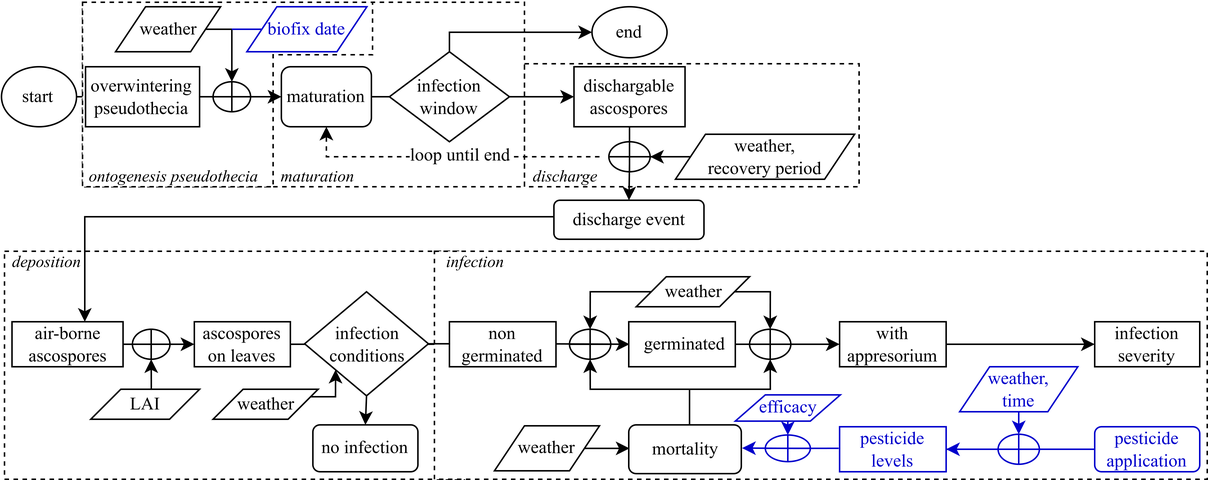
Above: doc/images/A-scab-flow-diagram.png in WUR-AI/A-scab (draw.io), before the change. Source tidied: cells renumbered, new cells last; positions are measured from the earlier drawing's top-left corner, leaving out a move shared by most shapes.
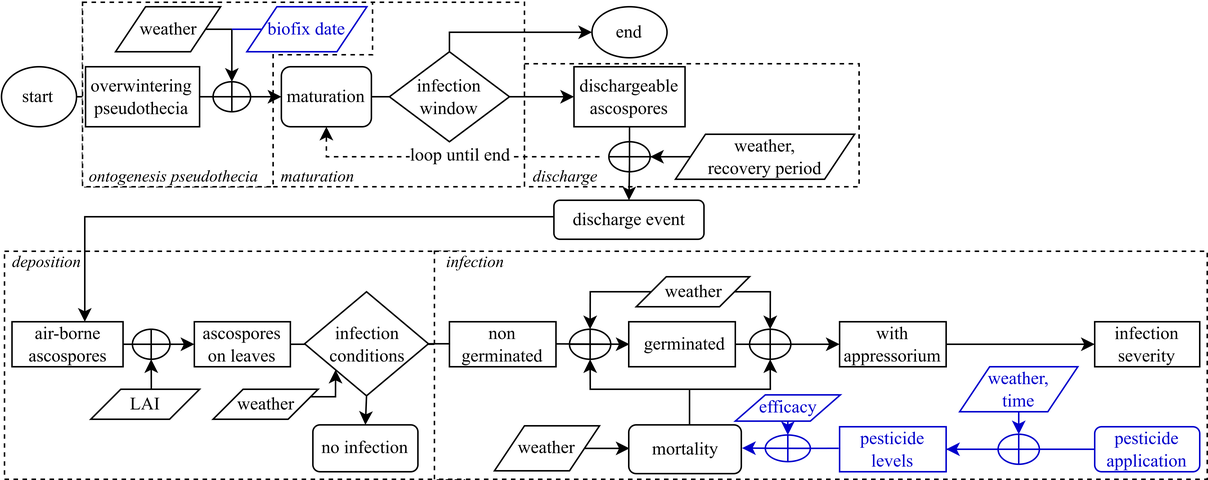
The same diagram one commit later.

Commit message:
update flow diagram

What changed in the source:
```diff
@@ -92,7 +92,7 @@
     <mxCell id="25" style="edgeStyle=orthogonalEdgeStyle;rounded=0;jettySize=auto;html=1;exitX=0.5;exitY=1;exitDx=0;exitDy=0;entryX=0.5;entryY=0;entryDx=0;entryDy=0;" parent="1" edge="1" source="26" target="5">
       <mxGeometry relative="1" as="geometry" />
     </mxCell>
-    <mxCell id="26" value="&lt;font face=&quot;Times New Roman&quot;&gt;dischargable ascospores&lt;/font&gt;" style="rounded=0;whiteSpace=wrap;html=1;fontSize=12;glass=0;strokeWidth=1;shadow=0;" parent="1" vertex="1">
+    <mxCell id="26" value="&lt;font face=&quot;Times New Roman&quot;&gt;dischargeable ascospores&lt;/font&gt;" style="rounded=0;whiteSpace=wrap;html=1;fontSize=12;glass=0;strokeWidth=1;shadow=0;" parent="1" vertex="1">
       <mxGeometry x="381" y="43" width="74" height="40" as="geometry" />
     </mxCell>
     <mxCell id="27" value="&lt;div&gt;&lt;font face=&quot;Times New Roman&quot;&gt;infection conditions&lt;/font&gt;&lt;/div&gt;" style="rhombus;whiteSpace=wrap;html=1;" parent="1" vertex="1">
@@ -206,7 +206,7 @@
     <mxCell id="55" value="&lt;font style=&quot;color: rgb(0, 0, 204);&quot; face=&quot;Times New Roman&quot;&gt;efficacy&lt;/font&gt;" style="shape=parallelogram;perimeter=parallelogramPerimeter;whiteSpace=wrap;html=1;fixedSize=1;strokeColor=#0000CC;" parent="1" vertex="1">
       <mxGeometry x="488.5" y="261.8" width="70" height="17.5" as="geometry" />
     </mxCell>
-    <mxCell id="56" value="&lt;font face=&quot;Times New Roman&quot;&gt;with appresorium&lt;/font&gt;" style="whiteSpace=wrap;html=1;strokeColor=#000000;" parent="1" vertex="1">
+    <mxCell id="56" value="&lt;font face=&quot;Times New Roman&quot;&gt;with appressorium&lt;/font&gt;" style="whiteSpace=wrap;html=1;strokeColor=#000000;" parent="1" vertex="1">
       <mxGeometry x="558" y="213" width="71" height="30" as="geometry" />
     </mxCell>
     <mxCell id="57" value="&lt;font style=&quot;color: rgb(0, 0, 204);&quot; face=&quot;Times New Roman&quot;&gt;pesticide application&lt;/font&gt;" style="rounded=1;whiteSpace=wrap;html=1;fontSize=12;glass=0;strokeWidth=1;shadow=0;strokeColor=#0000CC;" parent="1" vertex="1">
```
